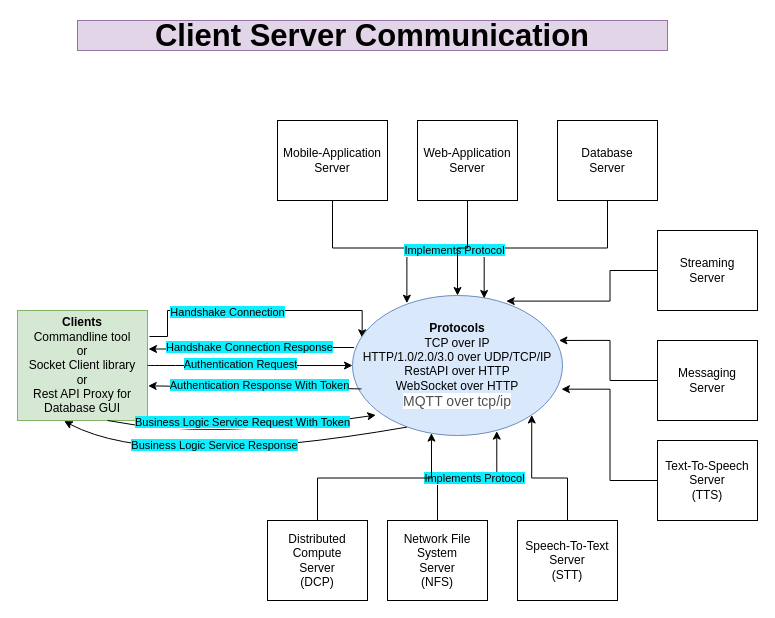
Above: ClientServerCommunication.drawio in rishant/system-design-architecture (draw.io), before the change. Source tidied: cells renumbered, new cells numbered last; positions are measured from the earlier drawing's top-left corner, leaving out a move shared by most shapes. Both pictures are drawn from the tidied source at 100%, with x=0, y=0 at pixel (17, 20).
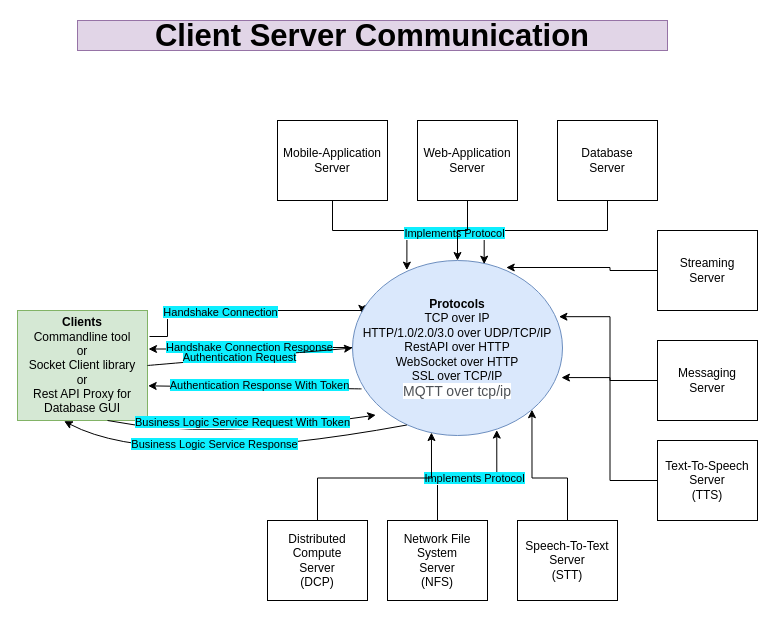
Above is the later version.

Diff of the diagram source:
```diff
@@
-    <mxCell id="7" value="&lt;span&gt;&lt;b&gt;Protocols&lt;/b&gt;&lt;/span&gt;&lt;br&gt;&lt;span&gt;TCP over IP&lt;/span&gt;&lt;br&gt;&lt;span&gt;HTTP/1.0/2.0/3.0 over UDP/TCP/IP&lt;/span&gt;&lt;br&gt;&lt;span&gt;RestAPI over HTTP&lt;br&gt;WebSocket over HTTP&lt;br&gt;&lt;/span&gt;&lt;span style=&quot;color: rgb(77 , 81 , 86) ; font-family: &amp;#34;arial&amp;#34; , sans-serif ; font-size: 14px ; text-align: left ; background-color: rgb(255 , 255 , 255)&quot;&gt;MQTT over tcp/ip&lt;/span&gt;&lt;span&gt;&lt;br&gt;&lt;/span&gt;" style="ellipse;whiteSpace=wrap;html=1;fillColor=#dae8fc;strokeColor=#6c8ebf;" parent="1" vertex="1">
-      <mxGeometry x="335" y="275" width="210" height="140" as="geometry" />
+    <mxCell id="7" value="&lt;span&gt;&lt;b&gt;Protocols&lt;/b&gt;&lt;/span&gt;&lt;br&gt;&lt;span&gt;TCP over IP&lt;/span&gt;&lt;br&gt;&lt;span&gt;HTTP/1.0/2.0/3.0 over UDP/TCP/IP&lt;/span&gt;&lt;br&gt;&lt;span&gt;RestAPI over HTTP&lt;br&gt;WebSocket over HTTP&lt;br&gt;SSL over TCP/IP&lt;br&gt;&lt;/span&gt;&lt;span style=&quot;color: rgb(77 , 81 , 86) ; font-family: &amp;#34;arial&amp;#34; , sans-serif ; font-size: 14px ; text-align: left ; background-color: rgb(255 , 255 , 255)&quot;&gt;MQTT over tcp/ip&lt;/span&gt;&lt;span&gt;&lt;br&gt;&lt;/span&gt;" style="ellipse;whiteSpace=wrap;html=1;fillColor=#dae8fc;strokeColor=#6c8ebf;" parent="1" vertex="1">
+      <mxGeometry x="335" y="240" width="210" height="175" as="geometry" />
     </mxCell>
```
